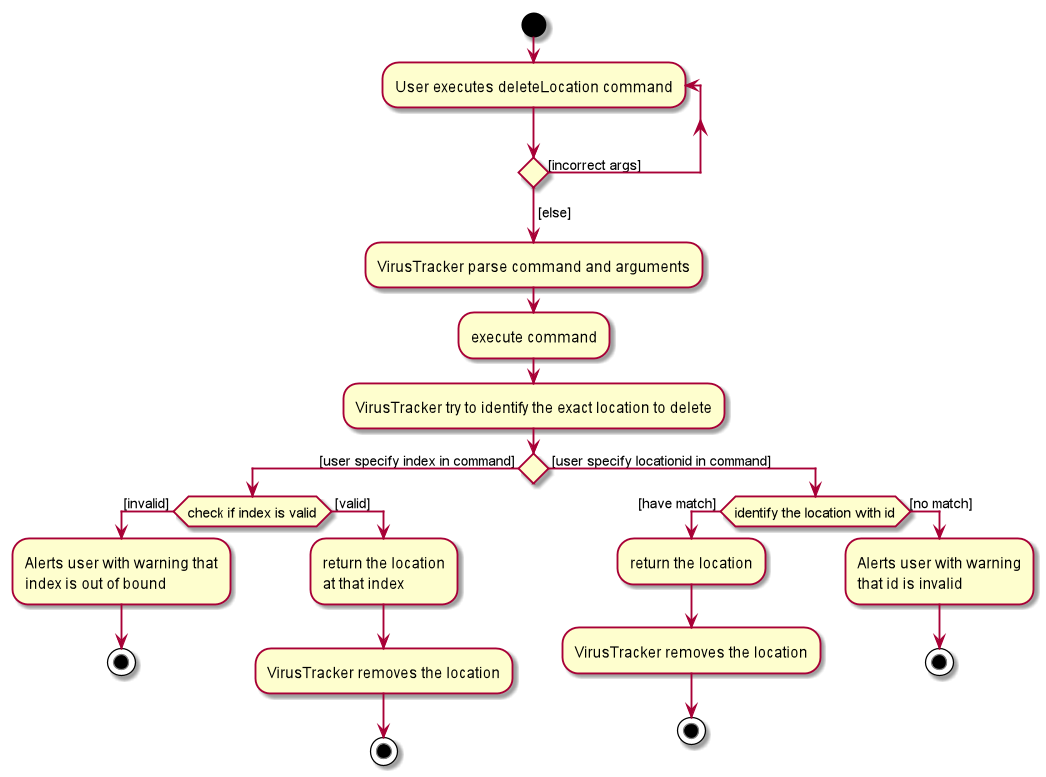
siangernlow/tp keeps this PlantUML diagram as docs/images/DeleteLocationActivityDiagram.png. Above is the earlier version. Its diagram source:
```plantuml
@startuml
start


repeat :User executes deleteLocation command;
repeat while () is ([incorrect args])
->[else];

:VirusTracker parse command and arguments;

:execute command;

:VirusTracker try to identify the exact location to delete;

if () then ( [user specify index in command] )
    if (check if index is valid) then ( [invalid] )
        :Alerts user with warning that
        index is out of bound;
        stop
    else ( [valid] )
        :return the location
        at that index;
        :VirusTracker removes the location;
    stop
    endif
else ( [user specify locationid in command] )
    if (identify the location with id) then ( [have match] )
        :return the location;
        :VirusTracker removes the location;
        stop
    else ([no match])
        :Alerts user with warning
        that id is invalid;
        stop
    endif
endif

@enduml
```
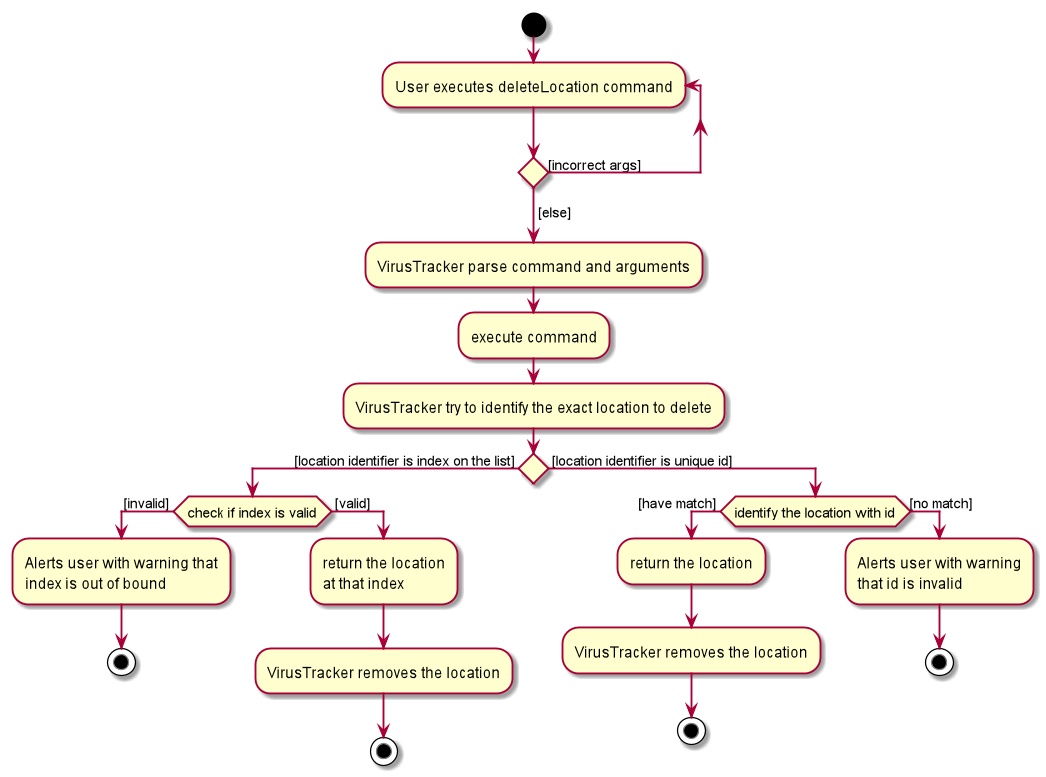
The same file after the commit.

The edit, as a diff of the source:
```diff
@@ -12,7 +12,7 @@
 
 :VirusTracker try to identify the exact location to delete;
 
-if () then ( [user specify index in command] )
+if () then ( [location identifier is index on the list] )
     if (check if index is valid) then ( [invalid] )
         :Alerts user with warning that
         index is out of bound;
@@ -23,7 +23,7 @@
         :VirusTracker removes the location;
     stop
     endif
-else ( [user specify locationid in command] )
+else ( [location identifier is unique id] )
     if (identify the location with id) then ( [have match] )
         :return the location;
         :VirusTracker removes the location;
```
